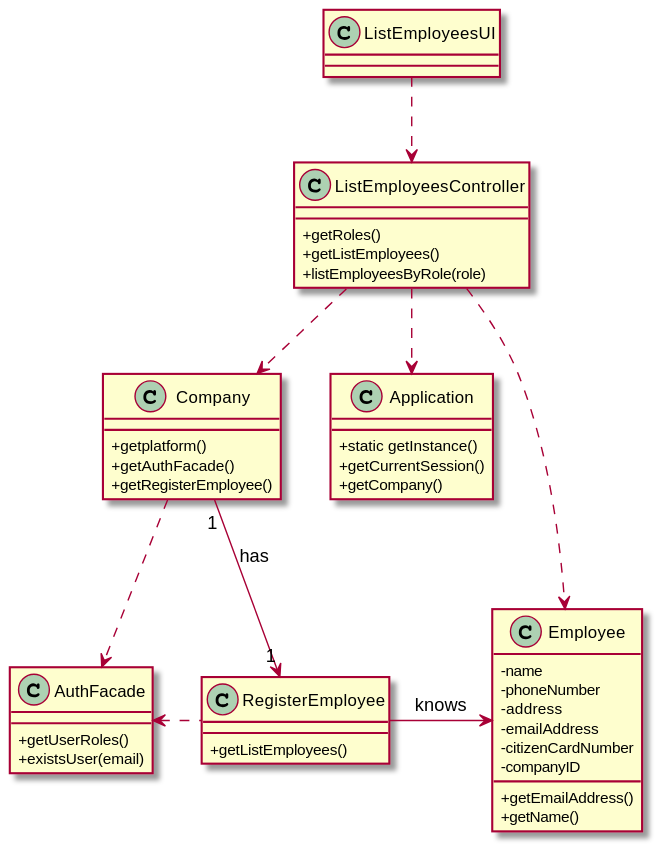
Earlier version of the PlantUML export docs/SprintB/UserStories/US11/US11_CD.svg (diogonapoles/isep-lapr2). The source it was exported from:
```plantuml
@startuml
skinparam classAttributeIconSize 0


class AuthFacade{
+getUserRoles()
+existsUser(email)
}

class Application {
  +static getInstance()
  +getCurrentSession()
  +getCompany()

}

class Company {
+getplatform()
+getAuthFacade()
+getRegisterEmployee()
}

class Employee {
-name
-phoneNumber
-address
-emailAddress
-citizenCardNumber
-companyID
+getEmailAddress()
+getName()
}


class RegisterEmployee{
+getListEmployees()

}






class ListEmployeesController {
+getRoles()
  +getListEmployees()
  +listEmployeesByRole(role)


}

class ListEmployeesUI {

}

ListEmployeesUI ..> ListEmployeesController
ListEmployeesController ..> Application
ListEmployeesController ..> Company
Company ..> AuthFacade
RegisterEmployee .left.> AuthFacade
ListEmployeesController ..> Employee
Company "1" --> "1" RegisterEmployee : has
RegisterEmployee -right-> Employee : knows





@enduml
```
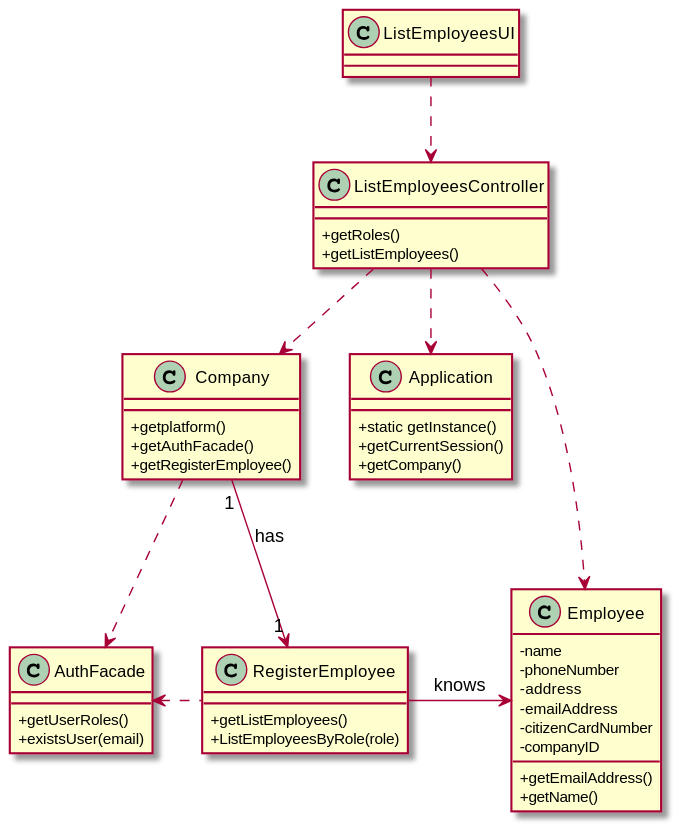
Above is the later version.

Diff of the diagram source:
```diff
@@ -34,6 +34,7 @@
 
 class RegisterEmployee{
 +getListEmployees()
++ListEmployeesByRole(role)
 
 }
 
@@ -45,7 +46,8 @@
 class ListEmployeesController {
 +getRoles()
   +getListEmployees()
-  +listEmployeesByRole(role)
+
+
 
 
 }
```
